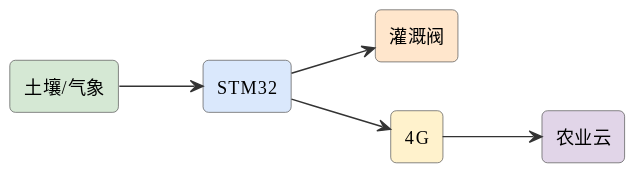
Earlier version of the PlantUML export assets/diagrams/ideas-fig31.svg (mingyi0818/IntelligentMcuCourse). Source of this version:
```plantuml
@startuml
skinparam defaultFontName "Microsoft YaHei"
skinparam rectangleRoundCorner 8
skinparam rectangleBorderColor #555
skinparam rectangleFontSize 13
skinparam arrowFontSize 11
skinparam arrowColor #333
left to right direction
rectangle "土壤/气象" as s #d5e8d4
rectangle "STM32" as stm #dae8fc
rectangle "灌溉阀" as valve #ffe6cc
rectangle "4G" as g #fff2cc
rectangle "农业云" as cloud #e1d5e8
s --> stm
stm --> valve
stm --> g
g --> cloud
@enduml
```
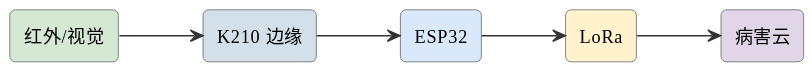
The same file after the commit.

Change to the diagram source:
```diff
@@ -6,13 +6,13 @@
 skinparam arrowFontSize 11
 skinparam arrowColor #333
 left to right direction
-rectangle "土壤/气象" as s #d5e8d4
-rectangle "STM32" as stm #dae8fc
-rectangle "灌溉阀" as valve #ffe6cc
-rectangle "4G" as g #fff2cc
-rectangle "农业云" as cloud #e1d5e8
-s --> stm
-stm --> valve
-stm --> g
-g --> cloud
+rectangle "红外/视觉" as ir #d5e8d4
+rectangle "K210 边缘" as k210 #d3e0ea
+rectangle "ESP32" as esp #dae8fc
+rectangle "LoRa" as lora #fff2cc
+rectangle "病害云" as cloud #e1d5e8
+ir --> k210
+k210 --> esp
+esp --> lora
+lora --> cloud
 @enduml
```
